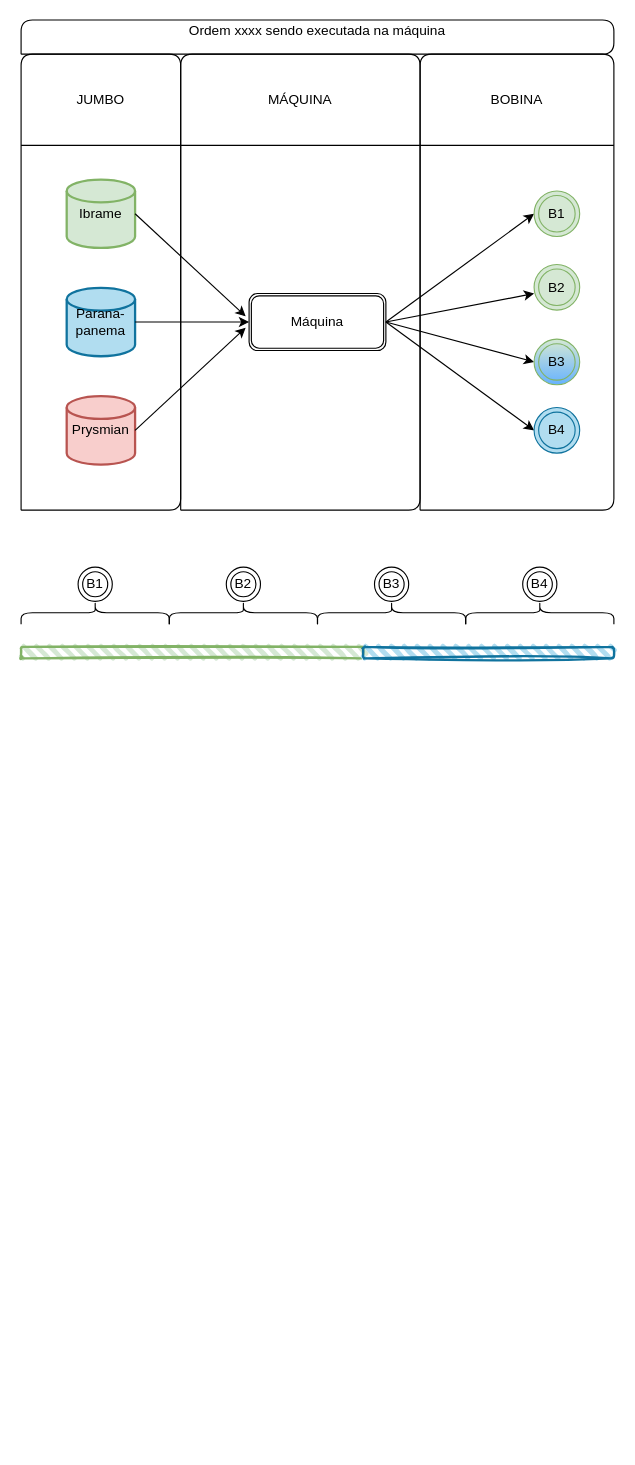
Above: Jumbo.drawio in zeca-esp/disney.github.io (draw.io), before the change. Source tidied: cells renumbered, new cells numbered last; positions are measured from the earlier drawing's top-left corner, leaving out a move shared by most shapes. Both pictures are drawn from the tidied source at 114%, with x=0, y=0 at pixel (21, 19).
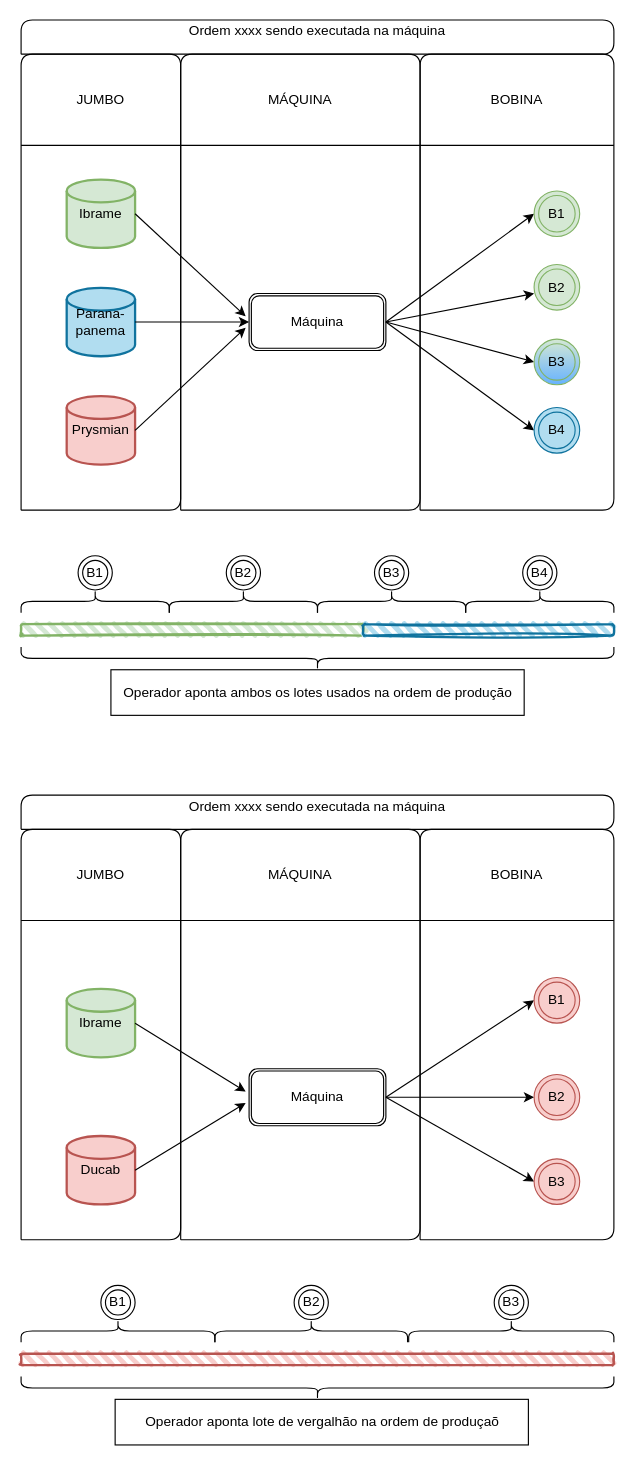
The same diagram, later.

Diff of the diagram source:
```diff
@@
     <mxCell id="24" style="shape=curlyBracket;whiteSpace=wrap;html=1;rounded=1;direction=south;" parent="1" vertex="1">
-      <mxGeometry y="510" width="130" height="20" as="geometry" />
+      <mxGeometry y="500" width="130" height="20" as="geometry" />
     </mxCell>
     <mxCell id="25" style="shape=curlyBracket;whiteSpace=wrap;html=1;rounded=1;direction=south;" parent="1" vertex="1">
-      <mxGeometry x="130" y="510" width="130" height="20" as="geometry" />
+      <mxGeometry x="130" y="500" width="130" height="20" as="geometry" />
     </mxCell>
     <mxCell id="26" style="shape=curlyBracket;whiteSpace=wrap;html=1;rounded=1;direction=south;" parent="1" vertex="1">
-      <mxGeometry x="260" y="510" width="130" height="20" as="geometry" />
+      <mxGeometry x="260" y="500" width="130" height="20" as="geometry" />
     </mxCell>
     <mxCell id="27" style="shape=curlyBracket;whiteSpace=wrap;html=1;rounded=1;direction=south;" parent="1" vertex="1">
-      <mxGeometry x="390" y="510" width="130" height="20" as="geometry" />
+      <mxGeometry x="390" y="500" width="130" height="20" as="geometry" />
     </mxCell>
     <mxCell id="28" value="B1" style="ellipse;shape=doubleEllipse;whiteSpace=wrap;html=1;" parent="1" vertex="1">
-      <mxGeometry x="50" y="480" width="30" height="30" as="geometry" />
+      <mxGeometry x="50" y="470" width="30" height="30" as="geometry" />
     </mxCell>
     <mxCell id="29" value="B2" style="ellipse;shape=doubleEllipse;whiteSpace=wrap;html=1;" parent="1" vertex="1">
-      <mxGeometry x="180" y="480" width="30" height="30" as="geometry" />
+      <mxGeometry x="180" y="470" width="30" height="30" as="geometry" />
     </mxCell>
     <mxCell id="30" value="B3" style="ellipse;shape=doubleEllipse;whiteSpace=wrap;html=1;" parent="1" vertex="1">
-      <mxGeometry x="310" y="480" width="30" height="30" as="geometry" />
+      <mxGeometry x="310" y="470" width="30" height="30" as="geometry" />
     </mxCell>
     <mxCell id="31" value="B4" style="ellipse;shape=doubleEllipse;whiteSpace=wrap;html=1;" parent="1" vertex="1">
-      <mxGeometry x="440" y="480" width="30" height="30" as="geometry" />
+      <mxGeometry x="440" y="470" width="30" height="30" as="geometry" />
     </mxCell>
     <mxCell id="32" style="rounded=1;whiteSpace=wrap;html=1;strokeWidth=2;fillWeight=4;hachureGap=8;hachureAngle=45;fillColor=#d5e8d4;sketch=1;strokeColor=#82b366;" parent="1" vertex="1">
-      <mxGeometry y="550" width="300" height="10" as="geometry" />
+      <mxGeometry y="530" width="300" height="10" as="geometry" />
     </mxCell>
     <mxCell id="33" style="rounded=1;whiteSpace=wrap;html=1;strokeWidth=2;fillWeight=4;hachureGap=8;hachureAngle=45;fillColor=#b1ddf0;sketch=1;strokeColor=#10739e;" parent="1" vertex="1">
-      <mxGeometry x="300" y="550" width="220" height="10" as="geometry" />
+      <mxGeometry x="300" y="530" width="220" height="10" as="geometry" />
     </mxCell>
@@
+    <mxCell id="36" style="shape=curlyBracket;whiteSpace=wrap;html=1;rounded=1;flipH=1;strokeColor=#000000;strokeWidth=1;gradientDirection=south;direction=north;fillColor=#000000;" parent="1" vertex="1">
+      <mxGeometry y="550" width="520" height="20" as="geometry" />
+    </mxCell>
+    <mxCell id="37" value="Operador aponta ambos os lotes usados na ordem de produção" style="rounded=0;whiteSpace=wrap;html=1;strokeColor=#000000;strokeWidth=1;fillColor=#FFFFFF;gradientColor=none;gradientDirection=south;" parent="1" vertex="1">
+      <mxGeometry x="78.8" y="570" width="362.5" height="40" as="geometry" />
+    </mxCell>
+    <mxCell id="38" value="Ibrame" style="strokeWidth=2;html=1;shape=mxgraph.flowchart.database;whiteSpace=wrap;fillColor=#d5e8d4;strokeColor=#82b366;" parent="1" vertex="1">
+      <mxGeometry x="40" y="850" width="60" height="60" as="geometry" />
+    </mxCell>
+    <mxCell id="39" value="Máquina" style="shape=ext;double=1;rounded=1;whiteSpace=wrap;html=1;" parent="1" vertex="1">
+      <mxGeometry x="200" y="920" width="120" height="50" as="geometry" />
+    </mxCell>
+    <mxCell id="40" style="endArrow=classic;html=1;exitX=1;exitY=0.5;exitDx=0;exitDy=0;exitPerimeter=0;" parent="1" edge="1" source="38">
+      <mxGeometry relative="1" as="geometry">
+        <mxPoint x="197" y="940" as="targetPoint" />
+      </mxGeometry>
+    </mxCell>
+    <mxCell id="41" style="endArrow=classic;html=1;exitX=1;exitY=0.5;exitDx=0;exitDy=0;entryX=0;entryY=0.5;entryDx=0;entryDy=0;" parent="1" edge="1" source="39" target="53">
+      <mxGeometry relative="1" as="geometry" />
+    </mxCell>
+    <mxCell id="42" style="endArrow=classic;html=1;exitX=1;exitY=0.5;exitDx=0;exitDy=0;entryX=0;entryY=0.5;entryDx=0;entryDy=0;" parent="1" edge="1" source="39" target="55">
+      <mxGeometry relative="1" as="geometry" />
+    </mxCell>
+    <mxCell id="43" style="endArrow=classic;html=1;exitX=1;exitY=0.5;exitDx=0;exitDy=0;entryX=0;entryY=0.5;entryDx=0;entryDy=0;" parent="1" edge="1" source="39" target="54">
+      <mxGeometry relative="1" as="geometry" />
+    </mxCell>
+    <mxCell id="44" value="Ducab" style="strokeWidth=2;html=1;shape=mxgraph.flowchart.database;whiteSpace=wrap;fillColor=#F8CECC;strokeColor=#B85450;" parent="1" vertex="1">
+      <mxGeometry x="40" y="979" width="60" height="60" as="geometry" />
+    </mxCell>
+    <mxCell id="45" style="endArrow=classic;html=1;exitX=1;exitY=0.5;exitDx=0;exitDy=0;exitPerimeter=0;" parent="1" edge="1" source="44">
+      <mxGeometry relative="1" as="geometry">
+        <mxPoint x="197" y="950" as="targetPoint" />
+      </mxGeometry>
+    </mxCell>
+    <mxCell id="46" style="endArrow=none;html=1;" parent="1" edge="1">
+      <mxGeometry relative="1" as="geometry">
+        <mxPoint y="1070" as="sourcePoint" />
+        <mxPoint y="1070" as="targetPoint" />
+        <Array as="points">
+          <mxPoint y="710" />
+          <mxPoint x="140" y="710" />
+          <mxPoint x="140" y="1070" />
+        </Array>
+      </mxGeometry>
+    </mxCell>
+    <mxCell id="47" style="endArrow=none;html=1;" parent="1" edge="1">
+      <mxGeometry relative="1" as="geometry">
+        <mxPoint x="140" y="1070" as="sourcePoint" />
+        <mxPoint x="140" y="1070" as="targetPoint" />
+        <Array as="points">
+          <mxPoint x="140" y="710" />
+          <mxPoint x="350" y="710" />
+          <mxPoint x="350" y="1070" />
+        </Array>
+      </mxGeometry>
+    </mxCell>
+    <mxCell id="48" style="endArrow=none;html=1;" parent="1" edge="1">
+      <mxGeometry relative="1" as="geometry">
+        <mxPoint x="350" y="1070" as="sourcePoint" />
+        <mxPoint x="350" y="1070" as="targetPoint" />
+        <Array as="points">
+          <mxPoint x="350" y="710" />
+          <mxPoint x="520" y="710" />
+          <mxPoint x="520" y="1070" />
+        </Array>
+      </mxGeometry>
+    </mxCell>
+    <mxCell id="49" style="endArrow=none;html=1;" parent="1" edge="1">
+      <mxGeometry relative="1" as="geometry">
+        <mxPoint y="790" as="sourcePoint" />
+        <mxPoint x="520" y="790" as="targetPoint" />
+      </mxGeometry>
+    </mxCell>
+    <mxCell id="50" value="JUMBO" style="text;html=1;strokeColor=none;fillColor=none;align=center;verticalAlign=middle;whiteSpace=wrap;rounded=0;" parent="1" vertex="1">
+      <mxGeometry x="45" y="740" width="50" height="20" as="geometry" />
+    </mxCell>
+    <mxCell id="51" value="MÁQUINA" style="text;html=1;strokeColor=none;fillColor=none;align=center;verticalAlign=middle;whiteSpace=wrap;rounded=0;" parent="1" vertex="1">
+      <mxGeometry x="210" y="740" width="70" height="20" as="geometry" />
+    </mxCell>
+    <mxCell id="52" value="BOBINA" style="text;html=1;strokeColor=none;fillColor=none;align=center;verticalAlign=middle;whiteSpace=wrap;rounded=0;" parent="1" vertex="1">
+      <mxGeometry x="400" y="740" width="70" height="20" as="geometry" />
+    </mxCell>
+    <mxCell id="53" value="B1" style="ellipse;shape=doubleEllipse;whiteSpace=wrap;html=1;fillColor=#F8CECC;strokeColor=#B85450;" parent="1" vertex="1">
+      <mxGeometry x="450" y="840" width="40" height="40" as="geometry" />
+    </mxCell>
+    <mxCell id="54" value="B2" style="ellipse;shape=doubleEllipse;whiteSpace=wrap;html=1;fillColor=#F8CECC;strokeColor=#B85450;" parent="1" vertex="1">
+      <mxGeometry x="450" y="925" width="40" height="40" as="geometry" />
+    </mxCell>
+    <mxCell id="55" value="B3" style="ellipse;shape=doubleEllipse;whiteSpace=wrap;html=1;fillColor=#F8CECC;strokeColor=#B85450;gradientDirection=south;strokeWidth=1;" parent="1" vertex="1">
+      <mxGeometry x="450" y="999" width="40" height="40" as="geometry" />
+    </mxCell>
+    <mxCell id="56" style="shape=curlyBracket;whiteSpace=wrap;html=1;rounded=1;direction=south;" parent="1" vertex="1">
+      <mxGeometry y="1140" width="170" height="20" as="geometry" />
+    </mxCell>
+    <mxCell id="57" style="shape=curlyBracket;whiteSpace=wrap;html=1;rounded=1;direction=south;" parent="1" vertex="1">
+      <mxGeometry x="170" y="1140" width="169" height="20" as="geometry" />
+    </mxCell>
+    <mxCell id="58" style="shape=curlyBracket;whiteSpace=wrap;html=1;rounded=1;direction=south;" parent="1" vertex="1">
+      <mxGeometry x="340" y="1140" width="180" height="20" as="geometry" />
+    </mxCell>
+    <mxCell id="59" value="B1" style="ellipse;shape=doubleEllipse;whiteSpace=wrap;html=1;" parent="1" vertex="1">
+      <mxGeometry x="70" y="1110" width="30" height="30" as="geometry" />
+    </mxCell>
+    <mxCell id="60" value="B2" style="ellipse;shape=doubleEllipse;whiteSpace=wrap;html=1;" parent="1" vertex="1">
+      <mxGeometry x="239.5" y="1110" width="30" height="30" as="geometry" />
+    </mxCell>
+    <mxCell id="61" value="B3" style="ellipse;shape=doubleEllipse;whiteSpace=wrap;html=1;" parent="1" vertex="1">
+      <mxGeometry x="415" y="1110" width="30" height="30" as="geometry" />
+    </mxCell>
+    <mxCell id="62" style="rounded=1;whiteSpace=wrap;html=1;strokeWidth=2;fillWeight=4;hachureGap=8;hachureAngle=45;fillColor=#F8CECC;sketch=1;strokeColor=#B85450;" parent="1" vertex="1">
+      <mxGeometry y="1170" width="520" height="10" as="geometry" />
+    </mxCell>
+    <mxCell id="63" style="endArrow=none;html=1;" parent="1" edge="1">
+      <mxGeometry relative="1" as="geometry">
+        <mxPoint y="710" as="sourcePoint" />
+        <mxPoint y="710" as="targetPoint" />
+        <Array as="points">
+          <mxPoint y="680" />
+          <mxPoint x="520" y="680" />
+          <mxPoint x="520" y="710" />
+        </Array>
+      </mxGeometry>
+    </mxCell>
+    <mxCell id="64" value="Ordem xxxx sendo executada na máquina" style="text;html=1;strokeColor=none;fillColor=none;align=center;verticalAlign=middle;whiteSpace=wrap;rounded=0;" parent="1" vertex="1">
+      <mxGeometry x="135" y="680" width="250" height="20" as="geometry" />
+    </mxCell>
+    <mxCell id="65" style="shape=curlyBracket;whiteSpace=wrap;html=1;rounded=1;flipH=1;strokeColor=#000000;strokeWidth=1;gradientDirection=south;direction=north;fillColor=#000000;" parent="1" vertex="1">
+      <mxGeometry y="1190" width="520" height="20" as="geometry" />
+    </mxCell>
+    <mxCell id="66" value="Operador aponta lote de vergalhão na ordem de produçaõ" style="rounded=0;whiteSpace=wrap;html=1;strokeColor=#000000;strokeWidth=1;fillColor=#FFFFFF;gradientColor=none;gradientDirection=south;" parent="1" vertex="1">
+      <mxGeometry x="82.5" y="1210" width="362.5" height="40" as="geometry" />
+    </mxCell>
```
